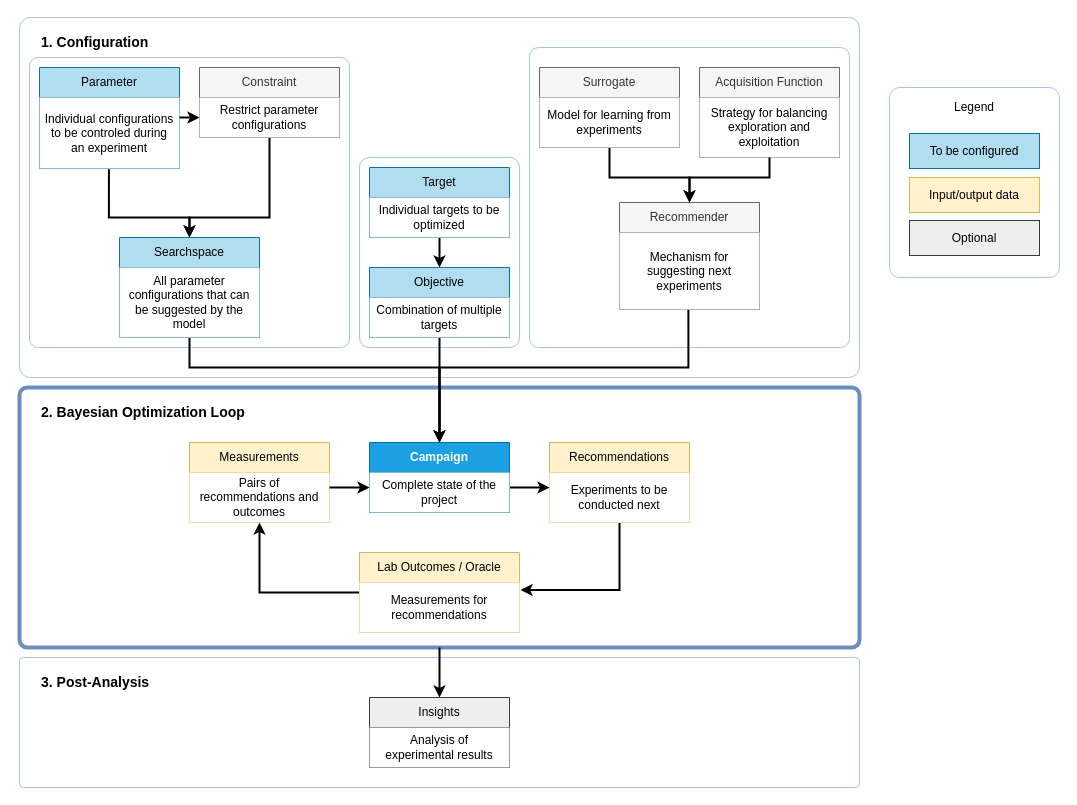
The draw.io diagram latest/_static/api_overview.drawio in Hrovatin/baybe, before the edit. Source tidied: cells renumbered, new cells numbered last; positions are measured from the earlier drawing's top-left corner, leaving out a move shared by most shapes. Both pictures are drawn from the tidied source at 100%, with x=0, y=0 at pixel (19, 17).
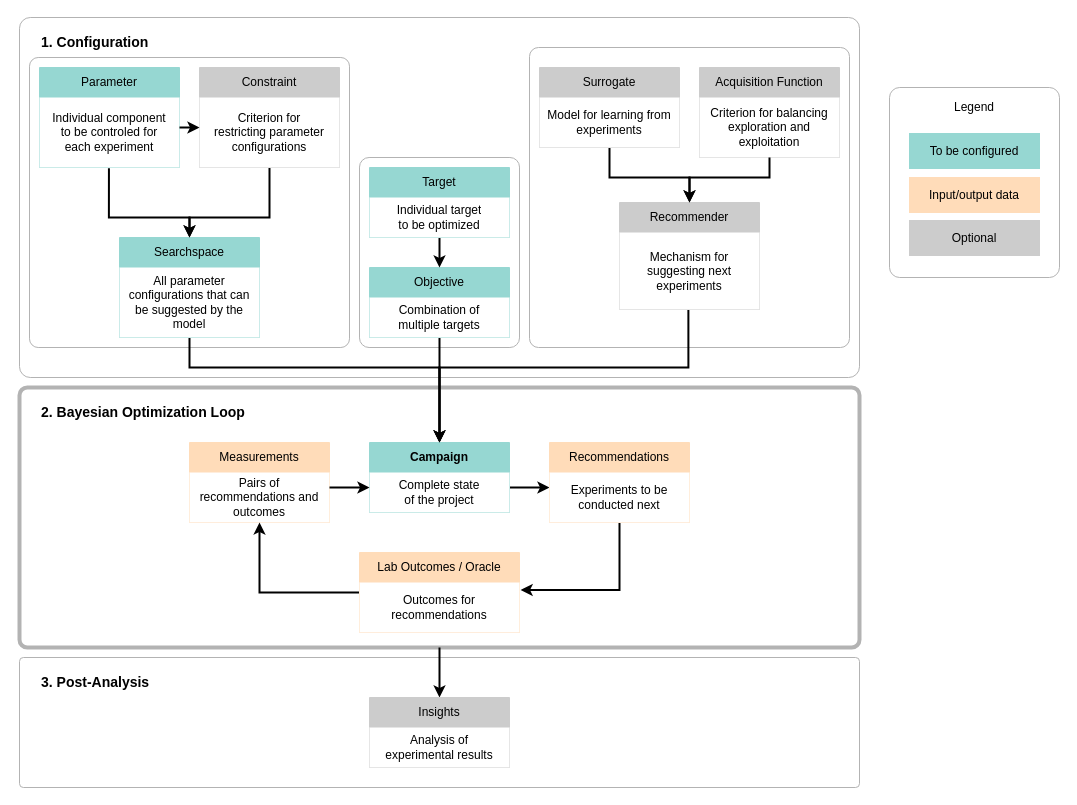
Above is the later version.

The edit, as a diff of the source:
```diff
@@
-    <mxCell id="2" style="rounded=1;whiteSpace=wrap;html=1;fillColor=none;strokeColor=light-dark(#a9c4eb, #babdc0);arcSize=6;" parent="1" vertex="1">
+    <mxCell id="2" style="rounded=1;whiteSpace=wrap;html=1;fillColor=none;strokeColor=#B3B3B3;arcSize=6;" parent="1" vertex="1">
       <mxGeometry x="870" y="70" width="170" height="190" as="geometry" />
     </mxCell>
-    <mxCell id="3" style="rounded=1;whiteSpace=wrap;html=1;fillColor=none;strokeColor=#A9C4EB;arcSize=3;perimeterSpacing=0;" parent="1" vertex="1">
+    <mxCell id="3" style="rounded=1;whiteSpace=wrap;html=1;fillColor=none;strokeColor=#B3B3B3;arcSize=3;perimeterSpacing=0;" parent="1" vertex="1">
       <mxGeometry width="840" height="360" as="geometry" />
     </mxCell>
-    <mxCell id="4" style="rounded=1;whiteSpace=wrap;html=1;fillColor=none;strokeColor=#A9C4EB;arcSize=6;" parent="1" vertex="1">
+    <mxCell id="4" style="rounded=1;whiteSpace=wrap;html=1;fillColor=none;strokeColor=#B3B3B3;arcSize=6;" parent="1" vertex="1">
       <mxGeometry x="340" y="140" width="160" height="190" as="geometry" />
     </mxCell>
-    <mxCell id="5" style="rounded=1;whiteSpace=wrap;html=1;fillColor=none;strokeColor=#A9C4EB;arcSize=3;" parent="1" vertex="1">
+    <mxCell id="5" style="rounded=1;whiteSpace=wrap;html=1;fillColor=none;strokeColor=#B3B3B3;arcSize=3;" parent="1" vertex="1">
       <mxGeometry x="510" y="30" width="320" height="300" as="geometry" />
     </mxCell>
-    <mxCell id="6" style="rounded=1;whiteSpace=wrap;html=1;fillColor=none;strokeColor=#A9C4EB;arcSize=3;" parent="1" vertex="1">
+    <mxCell id="6" style="rounded=1;whiteSpace=wrap;html=1;fillColor=none;strokeColor=#B3B3B3;arcSize=3;" parent="1" vertex="1">
       <mxGeometry x="10" y="40" width="320" height="290" as="geometry" />
     </mxCell>
-    <mxCell id="7" style="rounded=1;whiteSpace=wrap;html=1;fillColor=none;strokeColor=#A9C4EB;arcSize=3;" parent="1" vertex="1">
+    <mxCell id="7" style="rounded=1;whiteSpace=wrap;html=1;fillColor=none;strokeColor=#B3B3B3;arcSize=3;" parent="1" vertex="1">
       <mxGeometry y="640" width="840" height="130" as="geometry" />
     </mxCell>
-    <mxCell id="8" style="rounded=1;whiteSpace=wrap;html=1;arcSize=3;strokeWidth=4;fillColor=none;strokeColor=#6c8ebf;" parent="1" vertex="1">
+    <mxCell id="8" style="rounded=1;whiteSpace=wrap;html=1;arcSize=3;strokeWidth=4;fillColor=none;strokeColor=#B3B3B3;" parent="1" vertex="1">
       <mxGeometry y="370" width="840" height="260" as="geometry" />
     </mxCell>
@@
-    <mxCell id="10" value="Searchspace" style="swimlane;fontStyle=0;horizontal=1;startSize=30;whiteSpace=wrap;html=1;fillColor=#b1ddf0;strokeColor=#10739e;" parent="1" vertex="1">
+    <mxCell id="10" value="Searchspace" style="swimlane;fontStyle=0;horizontal=1;startSize=30;whiteSpace=wrap;html=1;fillColor=light-dark(#96D7D2,#0F69AF);strokeColor=light-dark(#96D7D2,#0F69AF);gradientDirection=radial;strokeWidth=1;" parent="1" vertex="1">
       <mxGeometry x="100" y="220" width="140" height="100" as="geometry" />
     </mxCell>
@@
-    <mxCell id="14" value="&lt;b&gt;Campaign&lt;/b&gt;" style="swimlane;fontStyle=0;horizontal=1;startSize=30;whiteSpace=wrap;html=1;fillColor=#1ba1e2;strokeColor=#006EAF;fontColor=#ffffff;" parent="1" vertex="1">
+    <mxCell id="14" value="&lt;b&gt;Campaign&lt;/b&gt;" style="swimlane;fontStyle=0;horizontal=1;startSize=30;whiteSpace=wrap;html=1;fillColor=light-dark(#96D7D2,#0F69AF);strokeColor=light-dark(#96D7D2,#0F69AF);gradientDirection=radial;strokeWidth=1;" parent="1" vertex="1">
       <mxGeometry x="350" y="425" width="140" height="70" as="geometry" />
     </mxCell>
-    <mxCell id="15" value="Complete state of the project" style="text;strokeColor=none;fillColor=default;align=center;verticalAlign=middle;spacingLeft=4;spacingRight=4;overflow=hidden;whiteSpace=wrap;html=1;" parent="14" vertex="1">
+    <mxCell id="15" value="Complete state&lt;br&gt;of the project" style="text;strokeColor=none;fillColor=default;align=center;verticalAlign=middle;spacingLeft=4;spacingRight=4;overflow=hidden;whiteSpace=wrap;html=1;" parent="14" vertex="1">
       <mxGeometry y="30" width="140" height="40" as="geometry" />
     </mxCell>
@@
-    <mxCell id="17" value="Objective" style="swimlane;fontStyle=0;horizontal=1;startSize=30;whiteSpace=wrap;html=1;fillColor=#b1ddf0;strokeColor=#10739e;" parent="1" vertex="1">
+    <mxCell id="17" value="Objective" style="swimlane;fontStyle=0;horizontal=1;startSize=30;whiteSpace=wrap;html=1;fillColor=light-dark(#96D7D2,#0F69AF);strokeColor=light-dark(#96D7D2,#0F69AF);gradientDirection=radial;strokeWidth=1;" parent="1" vertex="1">
       <mxGeometry x="350" y="250" width="140" height="70" as="geometry" />
     </mxCell>
-    <mxCell id="18" value="Combination of multiple targets" style="text;strokeColor=none;fillColor=default;align=center;verticalAlign=middle;spacingLeft=4;spacingRight=4;overflow=hidden;whiteSpace=wrap;html=1;" parent="17" vertex="1">
+    <mxCell id="18" value="Combination of&lt;br&gt;multiple targets" style="text;strokeColor=none;fillColor=default;align=center;verticalAlign=middle;spacingLeft=4;spacingRight=4;overflow=hidden;whiteSpace=wrap;html=1;" parent="17" vertex="1">
       <mxGeometry y="30" width="140" height="40" as="geometry" />
     </mxCell>
@@
-    <mxCell id="20" value="Recommender" style="swimlane;fontStyle=0;horizontal=1;startSize=30;whiteSpace=wrap;html=1;fillColor=#f5f5f5;strokeColor=#666666;fontColor=#333333;" parent="1" vertex="1">
+    <mxCell id="20" value="&lt;font style=&quot;color: light-dark(rgb(0, 0, 0), rgb(255, 255, 255));&quot;&gt;Recommender&lt;/font&gt;" style="swimlane;fontStyle=0;horizontal=1;startSize=30;whiteSpace=wrap;html=1;fillColor=#CCCCCC;strokeColor=#CCCCCC;fontColor=#333333;strokeWidth=1;" parent="1" vertex="1">
       <mxGeometry x="600" y="185" width="140" height="107" as="geometry" />
     </mxCell>
@@
-    <mxCell id="22" value="Measurements" style="swimlane;fontStyle=0;horizontal=1;startSize=30;whiteSpace=wrap;html=1;fillColor=#fff2cc;strokeColor=#d6b656;" parent="1" vertex="1">
+    <mxCell id="22" value="Measurements" style="swimlane;fontStyle=0;horizontal=1;startSize=30;whiteSpace=wrap;html=1;fillColor=light-dark(#FFDCB9,#CE742A);strokeColor=light-dark(#FFDCB9,#CE742A);strokeWidth=1;" parent="1" vertex="1">
       <mxGeometry x="170" y="425" width="140" height="80" as="geometry" />
     </mxCell>
@@
-    <mxCell id="26" value="Recommendations" style="swimlane;fontStyle=0;horizontal=1;startSize=30;whiteSpace=wrap;html=1;fillColor=#fff2cc;strokeColor=#d6b656;" parent="1" vertex="1">
+    <mxCell id="26" value="Recommendations" style="swimlane;fontStyle=0;horizontal=1;startSize=30;whiteSpace=wrap;html=1;fillColor=light-dark(#FFDCB9,#CE742A);strokeColor=light-dark(#FFDCB9,#CE742A);strokeWidth=1;" parent="1" vertex="1">
       <mxGeometry x="530" y="425" width="140" height="80" as="geometry" />
     </mxCell>
@@
-    <mxCell id="29" value="Lab Outcomes / Oracle" style="swimlane;fontStyle=0;horizontal=1;startSize=30;whiteSpace=wrap;html=1;fillColor=#fff2cc;strokeColor=#d6b656;" parent="1" vertex="1">
+    <mxCell id="29" value="Lab Outcomes / Oracle" style="swimlane;fontStyle=0;horizontal=1;startSize=30;whiteSpace=wrap;html=1;fillColor=light-dark(#FFDCB9,#CE742A);strokeColor=light-dark(#FFDCB9,#CE742A);strokeWidth=1;" parent="1" vertex="1">
       <mxGeometry x="340" y="535" width="160" height="80" as="geometry" />
     </mxCell>
-    <mxCell id="30" value="Measurements for recommendations" style="text;strokeColor=none;fillColor=default;align=center;verticalAlign=middle;spacingLeft=4;spacingRight=4;overflow=hidden;points=[[0,0.5],[1,0.5]];portConstraint=eastwest;whiteSpace=wrap;html=1;" parent="29" vertex="1">
+    <mxCell id="30" value="Outcomes for recommendations" style="text;strokeColor=none;fillColor=default;align=center;verticalAlign=middle;spacingLeft=4;spacingRight=4;overflow=hidden;points=[[0,0.5],[1,0.5]];portConstraint=eastwest;whiteSpace=wrap;html=1;" parent="29" vertex="1">
       <mxGeometry y="30" width="160" height="50" as="geometry" />
     </mxCell>
@@
-    <mxCell id="32" value="Parameter" style="swimlane;fontStyle=0;horizontal=1;startSize=30;whiteSpace=wrap;html=1;fillColor=#b1ddf0;strokeColor=#10739e;gradientDirection=radial;" parent="1" vertex="1">
-      <mxGeometry x="20" y="50" width="140" height="101" as="geometry" />
+    <mxCell id="32" value="Parameter" style="swimlane;fontStyle=0;horizontal=1;startSize=30;whiteSpace=wrap;html=1;fillColor=light-dark(#96D7D2,#0F69AF);strokeColor=light-dark(#96D7D2,#0F69AF);gradientDirection=radial;strokeWidth=1;" parent="1" vertex="1">
+      <mxGeometry x="20" y="50" width="140" height="100" as="geometry" />
     </mxCell>
-    <mxCell id="33" value="Individual configurations to be controled during an experiment" style="text;strokeColor=none;fillColor=default;align=center;verticalAlign=middle;spacingLeft=4;spacingRight=4;overflow=hidden;points=[[0,0.5],[1,0.5]];portConstraint=eastwest;whiteSpace=wrap;html=1;" parent="32" vertex="1">
-      <mxGeometry y="30" width="140" height="71" as="geometry" />
+    <mxCell id="33" value="Individual component&lt;br&gt;to be controled for&lt;br&gt;each experiment" style="text;strokeColor=none;fillColor=default;align=center;verticalAlign=middle;spacingLeft=4;spacingRight=4;overflow=hidden;points=[[0,0.5],[1,0.5]];portConstraint=eastwest;whiteSpace=wrap;html=1;" parent="32" vertex="1">
+      <mxGeometry y="30" width="140" height="70" as="geometry" />
     </mxCell>
@@
-    <mxCell id="35" value="Constraint" style="swimlane;fontStyle=0;horizontal=1;startSize=30;whiteSpace=wrap;html=1;fillColor=#f5f5f5;strokeColor=#666666;fontColor=#333333;" parent="1" vertex="1">
-      <mxGeometry x="180" y="50" width="140" height="70" as="geometry" />
+    <mxCell id="35" value="&lt;font style=&quot;color: light-dark(rgb(0, 0, 0), rgb(255, 255, 255));&quot;&gt;Constraint&lt;/font&gt;" style="swimlane;fontStyle=0;horizontal=1;startSize=30;whiteSpace=wrap;html=1;fillColor=#CCCCCC;strokeColor=#CCCCCC;fontColor=#333333;strokeWidth=1;" parent="1" vertex="1">
+      <mxGeometry x="180" y="50" width="140" height="100" as="geometry" />
     </mxCell>
-    <mxCell id="36" value="Restrict parameter configurations" style="text;strokeColor=none;fillColor=default;align=center;verticalAlign=middle;spacingLeft=4;spacingRight=4;overflow=hidden;points=[[0,0.5],[1,0.5]];portConstraint=eastwest;whiteSpace=wrap;html=1;" parent="35" vertex="1">
-      <mxGeometry y="30" width="140" height="40" as="geometry" />
+    <mxCell id="36" value="Criterion for&lt;br&gt;restricting parameter configurations" style="text;strokeColor=none;fillColor=default;align=center;verticalAlign=middle;spacingLeft=4;spacingRight=4;overflow=hidden;points=[[0,0.5],[1,0.5]];portConstraint=eastwest;whiteSpace=wrap;html=1;" parent="35" vertex="1">
+      <mxGeometry y="30" width="140" height="70" as="geometry" />
     </mxCell>
-    <mxCell id="37" value="Insights" style="swimlane;fontStyle=0;horizontal=1;startSize=30;whiteSpace=wrap;html=1;fillColor=#eeeeee;strokeColor=#36393d;" parent="1" vertex="1">
+    <mxCell id="37" value="&lt;font style=&quot;color: light-dark(rgb(0, 0, 0), rgb(255, 255, 255));&quot;&gt;Insights&lt;/font&gt;" style="swimlane;fontStyle=0;horizontal=1;startSize=30;whiteSpace=wrap;html=1;fillColor=#CCCCCC;strokeColor=#CCCCCC;fontColor=#333333;strokeWidth=1;" parent="1" vertex="1">
       <mxGeometry x="350" y="680" width="140" height="70" as="geometry" />
     </mxCell>
@@
-    <mxCell id="40" value="Target" style="swimlane;fontStyle=0;horizontal=1;startSize=30;whiteSpace=wrap;html=1;fillColor=#b1ddf0;strokeColor=#10739e;" parent="1" vertex="1">
+    <mxCell id="40" value="Target" style="swimlane;fontStyle=0;horizontal=1;startSize=30;whiteSpace=wrap;html=1;fillColor=light-dark(#96D7D2,#0F69AF);strokeColor=light-dark(#96D7D2,#0F69AF);gradientDirection=radial;strokeWidth=1;" parent="1" vertex="1">
       <mxGeometry x="350" y="150" width="140" height="70" as="geometry" />
     </mxCell>
-    <mxCell id="41" value="Individual targets to be optimized" style="text;strokeColor=none;fillColor=default;align=center;verticalAlign=middle;spacingLeft=4;spacingRight=4;overflow=hidden;whiteSpace=wrap;html=1;" parent="40" vertex="1">
+    <mxCell id="41" value="Individual target&lt;br&gt;to be optimized" style="text;strokeColor=none;fillColor=default;align=center;verticalAlign=middle;spacingLeft=4;spacingRight=4;overflow=hidden;whiteSpace=wrap;html=1;" parent="40" vertex="1">
       <mxGeometry y="30" width="140" height="40" as="geometry" />
     </mxCell>
-    <mxCell id="42" value="&lt;b&gt;&lt;font style=&quot;font-size: 14px;&quot;&gt;1. Configuration&lt;/font&gt;&lt;/b&gt;" style="text;html=1;align=left;verticalAlign=middle;whiteSpace=wrap;rounded=0;" parent="1" vertex="1">
+    <mxCell id="42" value="&lt;b&gt;&lt;font style=&quot;font-size: 14px;&quot;&gt;1. Configuration&lt;/font&gt;&lt;/b&gt;" style="text;html=1;align=left;verticalAlign=middle;whiteSpace=wrap;rounded=0;fontColor=light-dark(#000000,#FFFFFF);" parent="1" vertex="1">
       <mxGeometry x="20" y="10" width="122.5" height="30" as="geometry" />
     </mxCell>
-    <mxCell id="43" value="&lt;b&gt;&lt;font style=&quot;font-size: 14px;&quot;&gt;2. Bayesian Optimization L&lt;/font&gt;&lt;/b&gt;&lt;b style=&quot;background-color: transparent; color: light-dark(rgb(0, 0, 0), rgb(255, 255, 255));&quot;&gt;&lt;font style=&quot;font-size: 14px;&quot;&gt;oop&lt;/font&gt;&lt;/b&gt;" style="text;html=1;align=left;verticalAlign=middle;whiteSpace=wrap;rounded=0;" parent="1" vertex="1">
+    <mxCell id="43" value="&lt;b&gt;&lt;font style=&quot;font-size: 14px;&quot;&gt;2. Bayesian Optimization L&lt;/font&gt;&lt;/b&gt;&lt;b style=&quot;background-color: transparent;&quot;&gt;&lt;font style=&quot;font-size: 14px;&quot;&gt;oop&lt;/font&gt;&lt;/b&gt;" style="text;html=1;align=left;verticalAlign=middle;whiteSpace=wrap;rounded=0;fontColor=light-dark(#000000,#FFFFFF);" parent="1" vertex="1">
       <mxGeometry x="20" y="380" width="230" height="30" as="geometry" />
     </mxCell>
-    <mxCell id="44" value="&lt;b&gt;&lt;font style=&quot;font-size: 14px;&quot;&gt;3. Post-Analysis&lt;/font&gt;&lt;/b&gt;" style="text;html=1;align=left;verticalAlign=middle;whiteSpace=wrap;rounded=0;" parent="1" vertex="1">
+    <mxCell id="44" value="&lt;b&gt;&lt;font style=&quot;font-size: 14px;&quot;&gt;3. Post-Analysis&lt;/font&gt;&lt;/b&gt;" style="text;html=1;align=left;verticalAlign=middle;whiteSpace=wrap;rounded=0;fontColor=light-dark(#000000,#FFFFFF);" parent="1" vertex="1">
       <mxGeometry x="20" y="650" width="140" height="30" as="geometry" />
     </mxCell>
-    <mxCell id="45" style="edgeStyle=orthogonalEdgeStyle;rounded=0;jettySize=auto;html=1;entryX=0;entryY=0.5;entryDx=0;entryDy=0;strokeWidth=2;" parent="1" edge="1" source="33" target="36">
+    <mxCell id="45" style="edgeStyle=orthogonalEdgeStyle;rounded=0;orthogonalLoop=1;jettySize=auto;html=1;strokeWidth=2;" parent="1" edge="1">
       <mxGeometry relative="1" as="geometry">
+        <mxPoint x="160" y="110" as="sourcePoint" />
+        <mxPoint x="180" y="110" as="targetPoint" />
         <Array as="points">
-          <mxPoint x="170" y="100" />
-          <mxPoint x="170" y="100" />
+          <mxPoint x="170" y="110" />
+          <mxPoint x="170" y="110" />
         </Array>
       </mxGeometry>
     </mxCell>
@@
-    <mxCell id="47" value="Surrogate" style="swimlane;fontStyle=0;horizontal=1;startSize=30;whiteSpace=wrap;html=1;fillColor=#f5f5f5;strokeColor=#666666;fontColor=#333333;" parent="1" vertex="1">
+    <mxCell id="47" value="&lt;font style=&quot;color: light-dark(rgb(0, 0, 0), rgb(255, 255, 255));&quot;&gt;Surrogate&lt;/font&gt;" style="swimlane;fontStyle=0;horizontal=1;startSize=30;whiteSpace=wrap;html=1;fillColor=#CCCCCC;strokeColor=#CCCCCC;fontColor=#333333;strokeWidth=1;" parent="1" vertex="1">
       <mxGeometry x="520" y="50" width="140" height="80" as="geometry" />
     </mxCell>
@@
-    <mxCell id="49" value="Acquisition Function" style="swimlane;fontStyle=0;horizontal=1;startSize=30;whiteSpace=wrap;html=1;fillColor=#f5f5f5;strokeColor=#666666;fontColor=#333333;" parent="1" vertex="1">
+    <mxCell id="49" value="&lt;font style=&quot;color: light-dark(rgb(0, 0, 0), rgb(255, 255, 255));&quot;&gt;Acquisition Function&lt;/font&gt;" style="swimlane;fontStyle=0;horizontal=1;startSize=30;whiteSpace=wrap;html=1;fillColor=#CCCCCC;strokeColor=#CCCCCC;fontColor=#333333;strokeWidth=1;" parent="1" vertex="1">
       <mxGeometry x="680" y="50" width="140" height="90" as="geometry" />
     </mxCell>
-    <mxCell id="50" value="Strategy for balancing exploration and exploitation" style="text;strokeColor=none;fillColor=default;align=center;verticalAlign=middle;spacingLeft=4;spacingRight=4;overflow=hidden;whiteSpace=wrap;html=1;" parent="49" vertex="1">
+    <mxCell id="50" value="Criterion for balancing exploration and exploitation" style="text;strokeColor=none;fillColor=default;align=center;verticalAlign=middle;spacingLeft=4;spacingRight=4;overflow=hidden;whiteSpace=wrap;html=1;" parent="49" vertex="1">
       <mxGeometry y="30" width="140" height="60" as="geometry" />
     </mxCell>
@@
-    <mxCell id="52" value="Optional" style="rounded=1;whiteSpace=wrap;html=1;fillColor=#eeeeee;strokeColor=#36393d;arcSize=0;" parent="1" vertex="1">
+    <mxCell id="52" value="Optional" style="rounded=1;whiteSpace=wrap;html=1;fillColor=#CCCCCC;strokeColor=#CCCCCC;arcSize=0;" parent="1" vertex="1">
       <mxGeometry x="890" y="203" width="130" height="35" as="geometry" />
     </mxCell>
-    <mxCell id="53" value="To be configured" style="rounded=1;whiteSpace=wrap;html=1;fillColor=#b1ddf0;strokeColor=#10739e;arcSize=0;" parent="1" vertex="1">
+    <mxCell id="53" value="To be configured" style="rounded=1;whiteSpace=wrap;html=1;fillColor=light-dark(#96D7D2,#0F69AF);strokeColor=light-dark(#96D7D2,#0F69AF);arcSize=0;" parent="1" vertex="1">
       <mxGeometry x="890" y="116" width="130" height="35" as="geometry" />
     </mxCell>
@@
-    <mxCell id="55" value="&lt;span style=&quot;font-weight: normal;&quot;&gt;Input/output data&lt;/span&gt;" style="rounded=1;whiteSpace=wrap;html=1;fillColor=#fff2cc;strokeColor=#d6b656;fontStyle=1;arcSize=0;" parent="1" vertex="1">
+    <mxCell id="55" value="&lt;span style=&quot;font-weight: normal;&quot;&gt;&lt;font style=&quot;color: light-dark(rgb(0, 0, 0), rgb(255, 255, 255));&quot;&gt;Input/output data&lt;/font&gt;&lt;/span&gt;" style="rounded=1;whiteSpace=wrap;html=1;fillColor=light-dark(#FFDCB9,#CE742A);strokeColor=light-dark(#FFDCB9,#CE742A);fontStyle=1;arcSize=0;" parent="1" vertex="1">
       <mxGeometry x="890" y="160" width="130" height="35" as="geometry" />
     </mxCell>
```
